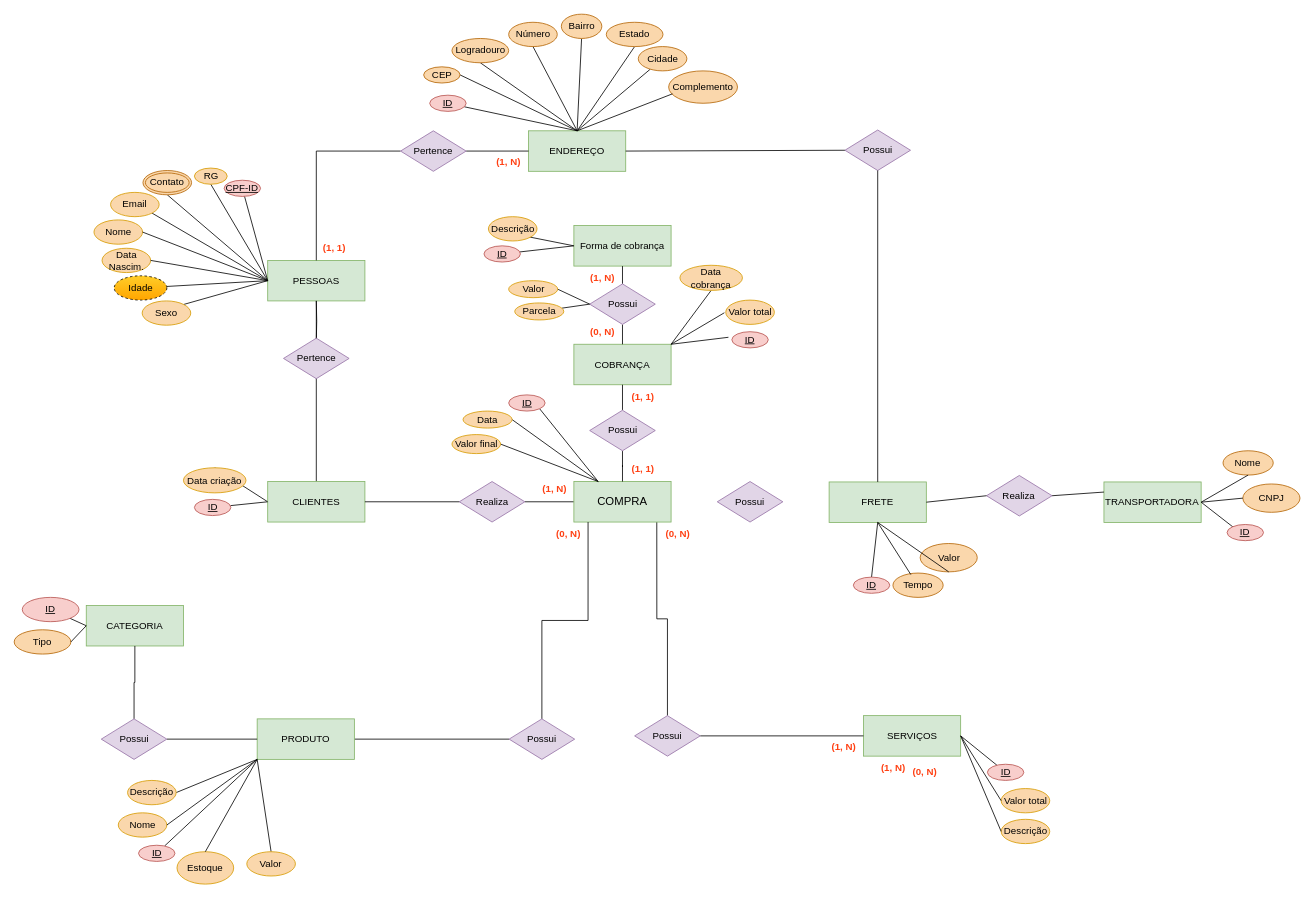
This is Potian.drawio from JoaoVAntunes/PotianDatabase, a draw.io file, before an edit. Source tidied: cells renumbered, new cells numbered last; positions are measured from the earlier drawing's top-left corner, leaving out a move shared by most shapes. Both pictures are drawn from the tidied source at 81%, with x=0, y=0 at pixel (14, 14).
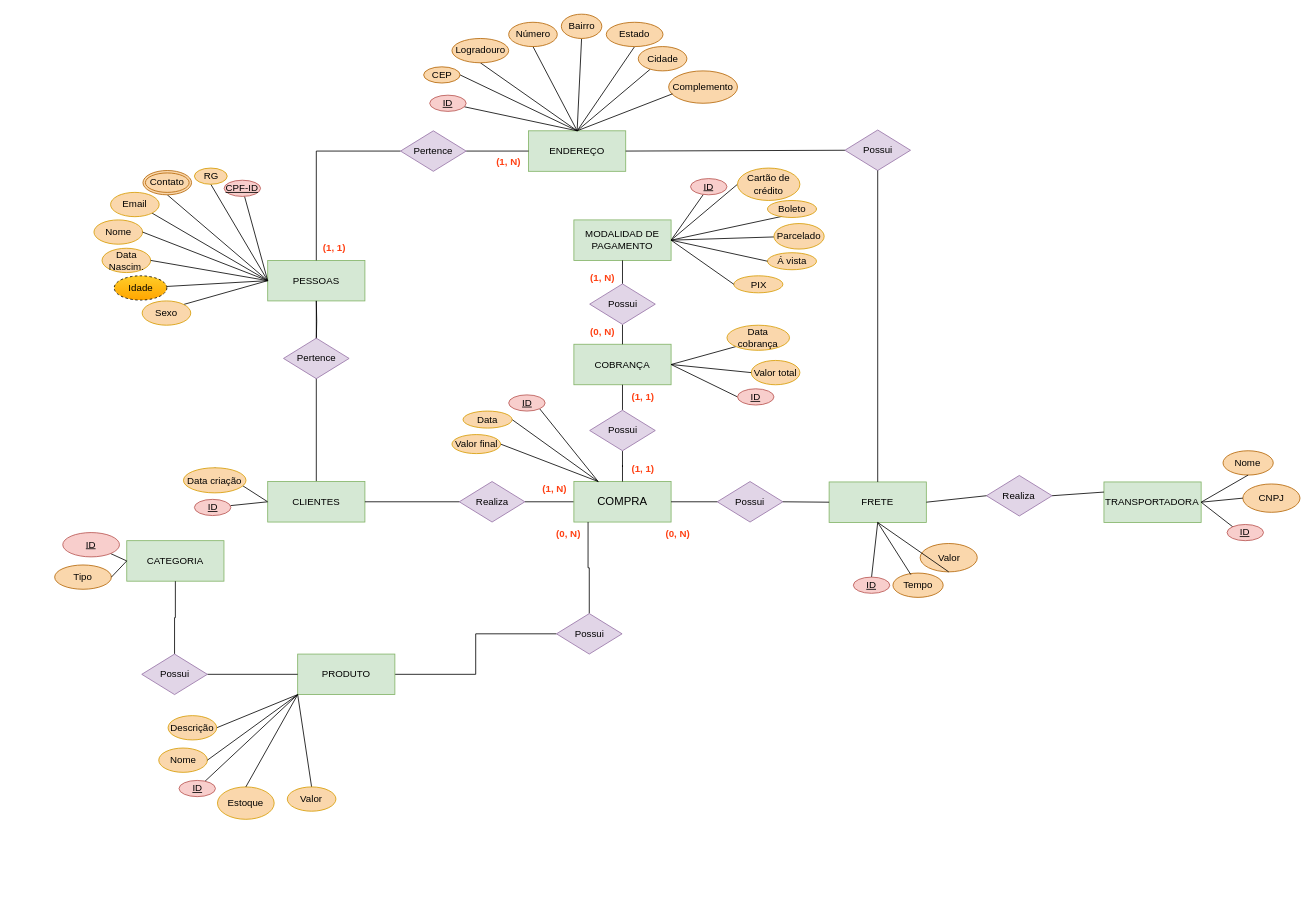
Above is the later version.

Unchanged cells that the change refers to:
```xml
<mxCell id="56" value="COBRANÇA" style="rounded=0;whiteSpace=wrap;html=1;fillColor=#d5e8d4;strokeColor=#82b366;" parent="1" vertex="1">
  <mxGeometry x="691" y="407.5" width="120" height="50" as="geometry" />
</mxCell>
<mxCell id="64" value="&lt;font style=&quot;font-size: 14px;&quot;&gt;COMPRA&lt;/font&gt;" style="rounded=0;whiteSpace=wrap;html=1;fillColor=#d5e8d4;strokeColor=#82b366;" parent="1" vertex="1">
  <mxGeometry x="691" y="577" width="120" height="50" as="geometry" />
</mxCell>
<mxCell id="75" value="Possui" style="rhombus;whiteSpace=wrap;html=1;fillColor=#e1d5e7;strokeColor=#9673a6;" parent="1" vertex="1">
  <mxGeometry x="710.5" y="333" width="81" height="50" as="geometry" />
</mxCell>
<mxCell id="121" value="FRETE" style="rounded=0;whiteSpace=wrap;html=1;fillColor=#d5e8d4;strokeColor=#82b366;" parent="1" vertex="1">
  <mxGeometry x="1006.1" y="577.5" width="120" height="50" as="geometry" />
</mxCell>
<mxCell id="143" value="Possui" style="rhombus;whiteSpace=wrap;html=1;fillColor=#e1d5e7;strokeColor=#9673a6;" parent="1" vertex="1">
  <mxGeometry x="868" y="577" width="81" height="50" as="geometry" />
</mxCell>
```

What changed in the source:
```diff
@@
     <mxCell id="38" value="PRODUTO" style="rounded=0;whiteSpace=wrap;html=1;fillColor=#d5e8d4;strokeColor=#82b366;" parent="1" vertex="1">
-      <mxGeometry x="300" y="870" width="120" height="50" as="geometry" />
+      <mxGeometry x="350" y="790" width="120" height="50" as="geometry" />
     </mxCell>
     <mxCell id="39" value="CATEGORIA" style="rounded=0;whiteSpace=wrap;html=1;fillColor=#d5e8d4;strokeColor=#82b366;" parent="1" vertex="1">
-      <mxGeometry x="89" y="730" width="120" height="50" as="geometry" />
+      <mxGeometry x="139" y="650" width="120" height="50" as="geometry" />
     </mxCell>
@@
     <mxCell id="43" value="&lt;u&gt;ID&lt;/u&gt;" style="ellipse;whiteSpace=wrap;html=1;shadow=0;fillColor=#f8cecc;strokeColor=#b85450;" parent="1" vertex="1">
-      <mxGeometry x="10" y="720" width="70" height="30" as="geometry" />
+      <mxGeometry x="60" y="640" width="70" height="30" as="geometry" />
     </mxCell>
@@
     <mxCell id="45" value="&lt;u&gt;ID&lt;/u&gt;" style="ellipse;whiteSpace=wrap;html=1;shadow=0;fillColor=#f8cecc;strokeColor=#b85450;" parent="1" vertex="1">
-      <mxGeometry x="153.5" y="1026" width="45" height="20" as="geometry" />
+      <mxGeometry x="203.5" y="946" width="45" height="20" as="geometry" />
     </mxCell>
@@
     <mxCell id="48" value="Estoque" style="ellipse;whiteSpace=wrap;html=1;fillColor=#FAD7AC;strokeColor=#d79b00;" parent="1" vertex="1">
-      <mxGeometry x="201" y="1034" width="70" height="40" as="geometry" />
+      <mxGeometry x="251" y="954" width="70" height="40" as="geometry" />
     </mxCell>
     <mxCell id="49" value="Nome" style="ellipse;whiteSpace=wrap;html=1;fillColor=#FAD7AC;strokeColor=#d79b00;" parent="1" vertex="1">
-      <mxGeometry x="128.5" y="986" width="60" height="30" as="geometry" />
+      <mxGeometry x="178.5" y="906" width="60" height="30" as="geometry" />
     </mxCell>
@@
     <mxCell id="52" value="Tipo" style="ellipse;whiteSpace=wrap;html=1;shadow=0;fillColor=#fad7ac;strokeColor=#b46504;" parent="1" vertex="1">
-      <mxGeometry y="760" width="70" height="30" as="geometry" />
+      <mxGeometry x="50" y="680" width="70" height="30" as="geometry" />
     </mxCell>
@@
     <mxCell id="55" value="Valor" style="ellipse;whiteSpace=wrap;html=1;fillColor=#FAD7AC;strokeColor=#d79b00;" parent="1" vertex="1">
-      <mxGeometry x="287.2" y="1034" width="60" height="30" as="geometry" />
+      <mxGeometry x="337.2" y="954" width="60" height="30" as="geometry" />
     </mxCell>
@@
-    <mxCell id="57" style="rounded=0;jettySize=auto;html=1;exitX=0;exitY=1;exitDx=0;exitDy=0;entryX=1;entryY=0;entryDx=0;entryDy=0;endArrow=none;endFill=0;" parent="1" edge="1" target="56">
-      <mxGeometry relative="1" as="geometry">
-        <mxPoint x="881.8" y="398.9" as="sourcePoint" />
-      </mxGeometry>
+    <mxCell id="57" style="rounded=0;jettySize=auto;html=1;exitX=0;exitY=0.5;exitDx=0;exitDy=0;entryX=1;entryY=0.5;entryDx=0;entryDy=0;endArrow=none;endFill=0;" parent="1" edge="1" source="58" target="56">
+      <mxGeometry relative="1" as="geometry" />
     </mxCell>
     <mxCell id="58" value="ID" style="ellipse;whiteSpace=wrap;html=1;align=center;fontStyle=4;fillColor=#f8cecc;strokeColor=#b85450;" parent="1" vertex="1">
-      <mxGeometry x="886" y="392" width="45" height="20" as="geometry" />
+      <mxGeometry x="893" y="462.5" width="45" height="20" as="geometry" />
     </mxCell>
@@
-    <mxCell id="60" value="Forma de cobrança" style="rounded=0;whiteSpace=wrap;html=1;fillColor=#d5e8d4;strokeColor=#82b366;" parent="1" vertex="1">
-      <mxGeometry x="691" y="261" width="120" height="50" as="geometry" />
+    <mxCell id="60" value="MODALIDAD DE PAGAMENTO" style="rounded=0;whiteSpace=wrap;html=1;fillColor=#d5e8d4;strokeColor=#82b366;" parent="1" vertex="1">
+      <mxGeometry x="691" y="254" width="120" height="50" as="geometry" />
     </mxCell>
@@
-    <mxCell id="63" style="edgeStyle=orthogonalEdgeStyle;rounded=0;jettySize=auto;html=1;exitX=0.853;exitY=1;exitDx=0;exitDy=0;entryX=0.5;entryY=0;entryDx=0;entryDy=0;endArrow=none;endFill=0;exitPerimeter=0;" parent="1" edge="1" source="64" target="78">
-      <mxGeometry relative="1" as="geometry" />
-    </mxCell>
@@
-    <mxCell id="65" value="SERVIÇOS" style="rounded=0;whiteSpace=wrap;html=1;fillColor=#d5e8d4;strokeColor=#82b366;" parent="1" vertex="1">
-      <mxGeometry x="1048.5" y="866" width="120" height="50" as="geometry" />
-    </mxCell>
-    <mxCell id="66" style="rounded=0;jettySize=auto;html=1;endArrow=none;endFill=0;entryX=1;entryY=0.5;entryDx=0;entryDy=0;" parent="1" edge="1" source="67" target="65">
-      <mxGeometry relative="1" as="geometry" />
-    </mxCell>
-    <mxCell id="67" value="ID" style="ellipse;whiteSpace=wrap;html=1;align=center;fontStyle=4;fillColor=#f8cecc;strokeColor=#b85450;" parent="1" vertex="1">
-      <mxGeometry x="1201.5" y="926" width="45" height="20" as="geometry" />
-    </mxCell>
@@
-    <mxCell id="70" style="edgeStyle=orthogonalEdgeStyle;rounded=0;jettySize=auto;html=1;exitX=1;exitY=0.5;exitDx=0;exitDy=0;entryX=0;entryY=0.5;entryDx=0;entryDy=0;endArrow=none;endFill=0;" parent="1" edge="1" source="78" target="65">
-      <mxGeometry relative="1" as="geometry" />
-    </mxCell>
@@
     <mxCell id="72" value="Possui" style="rhombus;whiteSpace=wrap;html=1;fillColor=#e1d5e7;strokeColor=#9673a6;" parent="1" vertex="1">
-      <mxGeometry x="107.5" y="870" width="81" height="50" as="geometry" />
+      <mxGeometry x="157.5" y="790" width="81" height="50" as="geometry" />
     </mxCell>
@@
     <mxCell id="77" value="Possui" style="rhombus;whiteSpace=wrap;html=1;fillColor=#e1d5e7;strokeColor=#9673a6;" parent="1" vertex="1">
-      <mxGeometry x="611" y="870" width="81" height="50" as="geometry" />
+      <mxGeometry x="669.5" y="740" width="81" height="50" as="geometry" />
     </mxCell>
-    <mxCell id="78" value="Possui" style="rhombus;whiteSpace=wrap;html=1;fillColor=#e1d5e7;strokeColor=#9673a6;" parent="1" vertex="1">
-      <mxGeometry x="766" y="866" width="81" height="50" as="geometry" />
-    </mxCell>
@@
-    <mxCell id="82" style="rounded=0;jettySize=auto;html=1;endArrow=none;endFill=0;entryX=0;entryY=0.5;entryDx=0;entryDy=0;" parent="1" edge="1" source="83" target="60">
+    <mxCell id="82" style="rounded=0;jettySize=auto;html=1;endArrow=none;endFill=0;entryX=1;entryY=0.5;entryDx=0;entryDy=0;" parent="1" edge="1" source="83" target="60">
       <mxGeometry relative="1" as="geometry" />
     </mxCell>
     <mxCell id="83" value="ID" style="ellipse;whiteSpace=wrap;html=1;align=center;fontStyle=4;fillColor=#f8cecc;strokeColor=#b85450;" parent="1" vertex="1">
-      <mxGeometry x="580" y="286" width="45" height="20" as="geometry" />
+      <mxGeometry x="835" y="203" width="45" height="20" as="geometry" />
     </mxCell>
-    <mxCell id="84" style="rounded=0;jettySize=auto;html=1;exitX=0;exitY=0.5;exitDx=0;exitDy=0;entryX=0;entryY=0.5;entryDx=0;entryDy=0;endArrow=none;endFill=0;" parent="1" edge="1" source="85" target="60">
+    <mxCell id="84" style="rounded=0;jettySize=auto;html=1;exitX=0;exitY=0.5;exitDx=0;exitDy=0;entryX=1;entryY=0.5;entryDx=0;entryDy=0;endArrow=none;endFill=0;" parent="1" edge="1" source="85" target="60">
       <mxGeometry relative="1" as="geometry" />
     </mxCell>
-    <mxCell id="85" value="Descrição" style="ellipse;whiteSpace=wrap;html=1;fillColor=#FAD7AC;strokeColor=#d79b00;" parent="1" vertex="1">
-      <mxGeometry x="585.5" y="250" width="60" height="30" as="geometry" />
+    <mxCell id="85" value="Cartão de crédito" style="ellipse;whiteSpace=wrap;html=1;fillColor=#FAD7AC;strokeColor=#d79b00;" parent="1" vertex="1">
+      <mxGeometry x="893" y="190" width="77" height="40" as="geometry" />
     </mxCell>
     <mxCell id="86" value="Valor total" style="ellipse;whiteSpace=wrap;html=1;fillColor=#FAD7AC;strokeColor=#d79b00;" parent="1" vertex="1">
-      <mxGeometry x="878.5" y="353" width="60" height="30" as="geometry" />
+      <mxGeometry x="910" y="427.5" width="60" height="30" as="geometry" />
     </mxCell>
-    <mxCell id="87" style="rounded=0;jettySize=auto;html=1;exitX=0;exitY=1;exitDx=0;exitDy=0;entryX=1;entryY=0;entryDx=0;entryDy=0;endArrow=none;endFill=0;" parent="1" edge="1" target="56">
-      <mxGeometry relative="1" as="geometry">
-        <mxPoint x="876.8" y="368.6" as="sourcePoint" />
-      </mxGeometry>
+    <mxCell id="87" style="rounded=0;jettySize=auto;html=1;exitX=0;exitY=0.5;exitDx=0;exitDy=0;entryX=1;entryY=0.5;entryDx=0;entryDy=0;endArrow=none;endFill=0;" parent="1" edge="1" source="86" target="56">
+      <mxGeometry relative="1" as="geometry" />
     </mxCell>
-    <mxCell id="88" style="rounded=0;jettySize=auto;html=1;exitX=0.5;exitY=1;exitDx=0;exitDy=0;entryX=1;entryY=0;entryDx=0;entryDy=0;endArrow=none;endFill=0;" parent="1" edge="1" source="89" target="56">
+    <mxCell id="88" style="rounded=0;jettySize=auto;html=1;exitX=0;exitY=1;exitDx=0;exitDy=0;entryX=1;entryY=0.5;entryDx=0;entryDy=0;endArrow=none;endFill=0;" parent="1" edge="1" source="89" target="56">
       <mxGeometry relative="1" as="geometry" />
     </mxCell>
     <mxCell id="89" value="Data cobrança" style="ellipse;whiteSpace=wrap;html=1;fillColor=#FAD7AC;strokeColor=#d79b00;" parent="1" vertex="1">
-      <mxGeometry x="821.9" y="310" width="77.2" height="31" as="geometry" />
+      <mxGeometry x="880" y="384" width="77.2" height="31" as="geometry" />
     </mxCell>
@@
-    <mxCell id="95" value="&lt;font color=&quot;#ff4013&quot;&gt;(1, N)&lt;/font&gt;" style="text;html=1;align=center;verticalAlign=middle;strokeColor=none;fillColor=none;fontStyle=1;" parent="1" vertex="1">
-      <mxGeometry x="998.5" y="890" width="50" height="30" as="geometry" />
-    </mxCell>
-    <mxCell id="96" value="&lt;font color=&quot;#ff4013&quot;&gt;(0, N)&lt;/font&gt;" style="text;html=1;align=center;verticalAlign=middle;strokeColor=none;fillColor=none;fontStyle=1;" parent="1" vertex="1">
-      <mxGeometry x="1098.5" y="921" width="50" height="30" as="geometry" />
-    </mxCell>
@@
-    <mxCell id="99" value="&lt;font color=&quot;#ff4013&quot;&gt;(1, N)&lt;/font&gt;" style="text;html=1;align=center;verticalAlign=middle;strokeColor=none;fillColor=none;fontStyle=1;" parent="1" vertex="1">
-      <mxGeometry x="1060" y="916" width="50" height="30" as="geometry" />
-    </mxCell>
-    <mxCell id="100" style="rounded=0;jettySize=auto;html=1;exitX=1;exitY=0.5;exitDx=0;exitDy=0;entryX=0;entryY=0.5;entryDx=0;entryDy=0;endArrow=none;endFill=0;" parent="1" edge="1" source="101" target="75">
+    <mxCell id="100" style="rounded=0;jettySize=auto;html=1;exitX=1;exitY=0.5;exitDx=0;exitDy=0;entryX=1;entryY=0.5;entryDx=0;entryDy=0;endArrow=none;endFill=0;" parent="1" edge="1" source="101" target="60">
       <mxGeometry relative="1" as="geometry" />
     </mxCell>
-    <mxCell id="101" value="Valor" style="ellipse;whiteSpace=wrap;html=1;fillColor=#FAD7AC;strokeColor=#d79b00;" parent="1" vertex="1">
-      <mxGeometry x="610.5" y="329" width="60.5" height="21" as="geometry" />
+    <mxCell id="101" value="Boleto" style="ellipse;whiteSpace=wrap;html=1;fillColor=#FAD7AC;strokeColor=#d79b00;" parent="1" vertex="1">
+      <mxGeometry x="930" y="230" width="60.5" height="21" as="geometry" />
     </mxCell>
-    <mxCell id="102" style="rounded=0;jettySize=auto;html=1;entryX=0;entryY=0.5;entryDx=0;entryDy=0;endArrow=none;endFill=0;" parent="1" edge="1" source="103" target="75">
+    <mxCell id="102" style="rounded=0;jettySize=auto;html=1;entryX=1;entryY=0.5;entryDx=0;entryDy=0;endArrow=none;endFill=0;" parent="1" edge="1" source="103" target="60">
       <mxGeometry relative="1" as="geometry" />
     </mxCell>
-    <mxCell id="103" value="Parcela" style="ellipse;whiteSpace=wrap;html=1;fillColor=#FAD7AC;strokeColor=#d79b00;" parent="1" vertex="1">
-      <mxGeometry x="618" y="356.5" width="60.5" height="21" as="geometry" />
+    <mxCell id="103" value="Parcelado" style="ellipse;whiteSpace=wrap;html=1;fillColor=#FAD7AC;strokeColor=#d79b00;" parent="1" vertex="1">
+      <mxGeometry x="938" y="258.5" width="62" height="31.5" as="geometry" />
     </mxCell>
@@
-    <mxCell id="114" value="Valor total" style="ellipse;whiteSpace=wrap;html=1;fillColor=#FAD7AC;strokeColor=#d79b00;" parent="1" vertex="1">
-      <mxGeometry x="1218.5" y="956" width="60" height="30" as="geometry" />
-    </mxCell>
-    <mxCell id="115" style="rounded=0;jettySize=auto;html=1;endArrow=none;endFill=0;entryX=1;entryY=0.5;entryDx=0;entryDy=0;exitX=0;exitY=0.5;exitDx=0;exitDy=0;" parent="1" edge="1" source="114" target="65">
-      <mxGeometry relative="1" as="geometry" />
-    </mxCell>
-    <mxCell id="116" value="Descrição" style="ellipse;whiteSpace=wrap;html=1;fillColor=#FAD7AC;strokeColor=#d79b00;" parent="1" vertex="1">
-      <mxGeometry x="1218.5" y="994" width="60" height="30" as="geometry" />
-    </mxCell>
-    <mxCell id="117" style="rounded=0;jettySize=auto;html=1;endArrow=none;endFill=0;entryX=1;entryY=0.5;entryDx=0;entryDy=0;exitX=0;exitY=0.5;exitDx=0;exitDy=0;" parent="1" edge="1" source="116" target="65">
-      <mxGeometry relative="1" as="geometry" />
-    </mxCell>
     <mxCell id="118" value="Descrição" style="ellipse;whiteSpace=wrap;html=1;fillColor=#FAD7AC;strokeColor=#d79b00;" parent="1" vertex="1">
-      <mxGeometry x="140" y="946" width="60" height="30" as="geometry" />
+      <mxGeometry x="190" y="866" width="60" height="30" as="geometry" />
     </mxCell>
@@
+    <mxCell id="144" style="endArrow=none;html=1;rounded=0;exitX=1;exitY=0.5;exitDx=0;exitDy=0;entryX=0;entryY=0.5;entryDx=0;entryDy=0;" parent="1" edge="1" source="64" target="143">
+      <mxGeometry relative="1" as="geometry" />
+    </mxCell>
+    <mxCell id="145" style="endArrow=none;html=1;rounded=0;entryX=1;entryY=0.5;entryDx=0;entryDy=0;exitX=0;exitY=0.5;exitDx=0;exitDy=0;" parent="1" edge="1" source="121" target="143">
+      <mxGeometry relative="1" as="geometry" />
+    </mxCell>
+    <mxCell id="146" value="PIX" style="ellipse;whiteSpace=wrap;html=1;fillColor=#FAD7AC;strokeColor=#d79b00;" parent="1" vertex="1">
+      <mxGeometry x="888.5" y="323" width="60.5" height="21" as="geometry" />
+    </mxCell>
+    <mxCell id="147" value="Á vista" style="ellipse;whiteSpace=wrap;html=1;fillColor=#FAD7AC;strokeColor=#d79b00;" parent="1" vertex="1">
+      <mxGeometry x="930" y="294.5" width="60.5" height="21" as="geometry" />
+    </mxCell>
+    <mxCell id="148" style="endArrow=none;html=1;rounded=0;entryX=1;entryY=0.5;entryDx=0;entryDy=0;exitX=0;exitY=0.5;exitDx=0;exitDy=0;" parent="1" edge="1" source="146" target="60">
+      <mxGeometry relative="1" as="geometry" />
+    </mxCell>
+    <mxCell id="149" style="endArrow=none;html=1;rounded=0;entryX=1;entryY=0.5;entryDx=0;entryDy=0;exitX=0;exitY=0.5;exitDx=0;exitDy=0;" parent="1" edge="1" source="147" target="60">
+      <mxGeometry relative="1" as="geometry" />
+    </mxCell>
```
